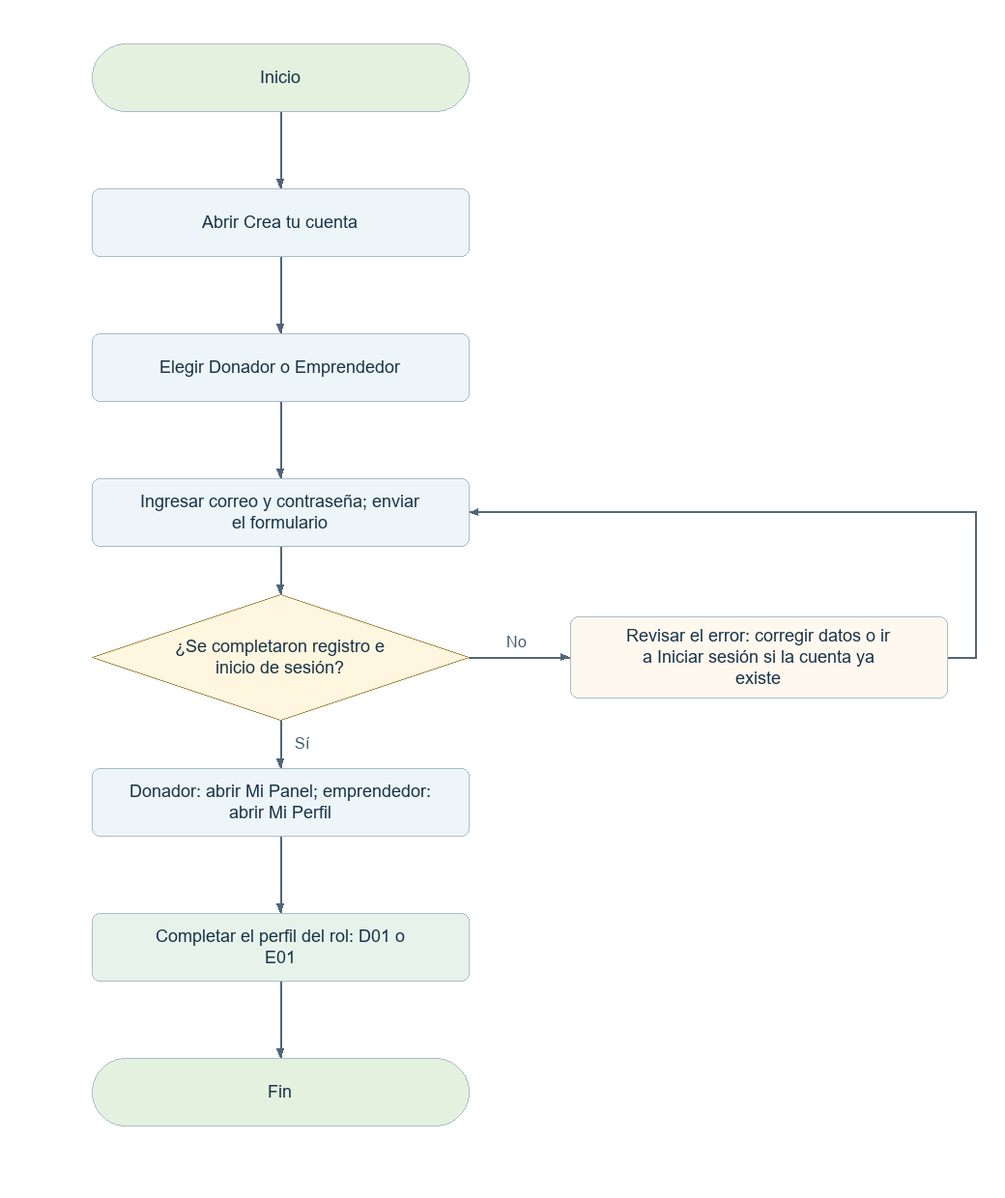
The Mermaid diagram docs/diagramas-web/png/C01.png in elingeyesdev/t3-crowdfunding-inversion, before a commit. Its source is kept beside it as docs/diagramas-web/mermaid/C01.mmd.
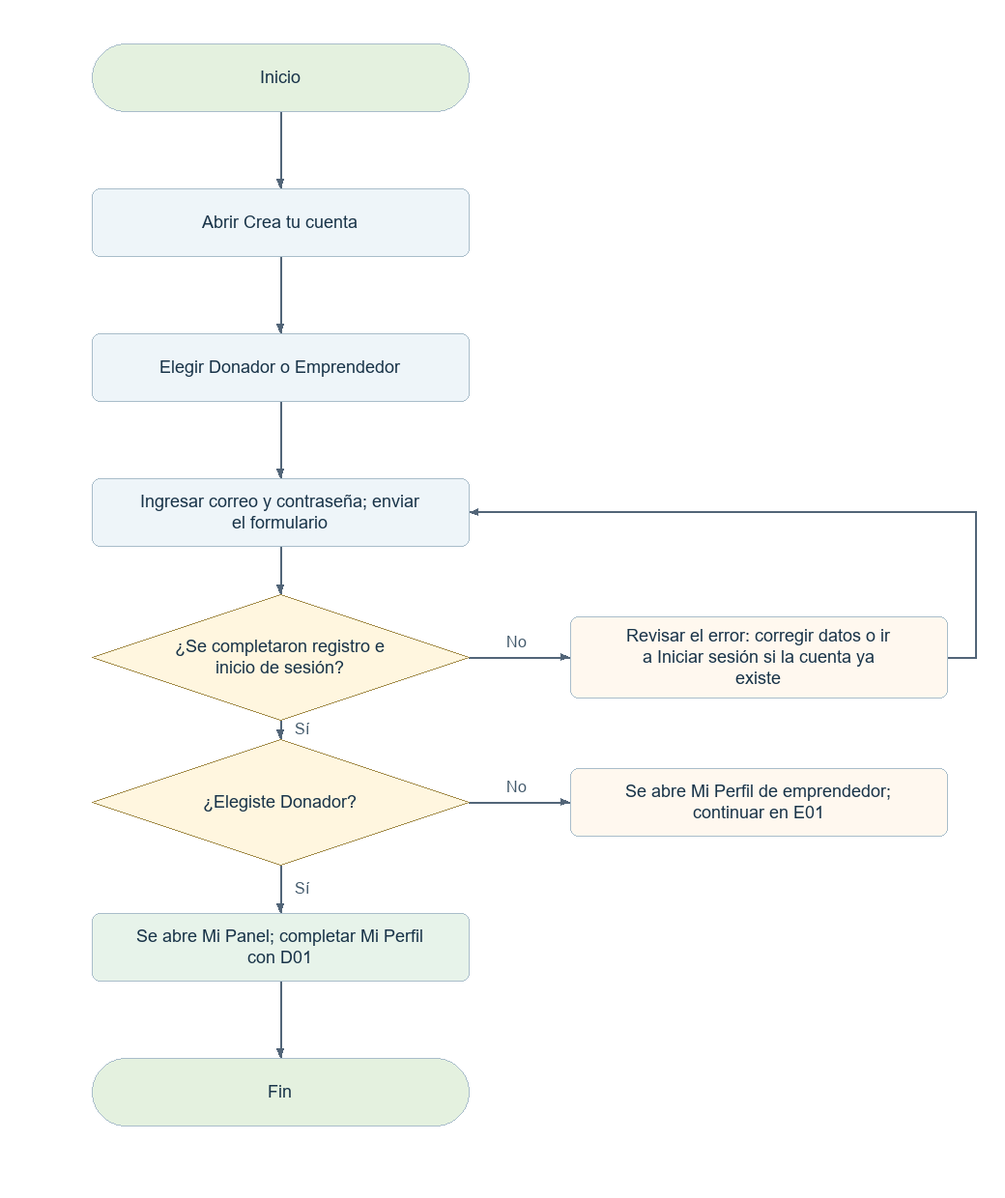
After the commit.

The edit, as a diff of the source:
```diff
@@ -12,8 +12,10 @@
   B4["Revisar el error: corregir datos o ir a Iniciar sesión si la cuenta ya existe"]
   N4 -->|"No"| B4
   B4 --> N3
-  N5["Donador: abrir Mi Panel; emprendedor: abrir Mi Perfil"]
-  N5 --> N6
-  N6["Completar el perfil del rol: D01 o E01"]
+  N5{"¿Elegiste Donador?"}
+  N5 -->|"Sí"| N6
+  B5(["Se abre Mi Perfil de emprendedor; continuar en E01"])
+  N5 -->|"No"| B5
+  N6["Se abre Mi Panel; completar Mi Perfil con D01"]
   N6 --> N7
   N7(["Fin"])
```
